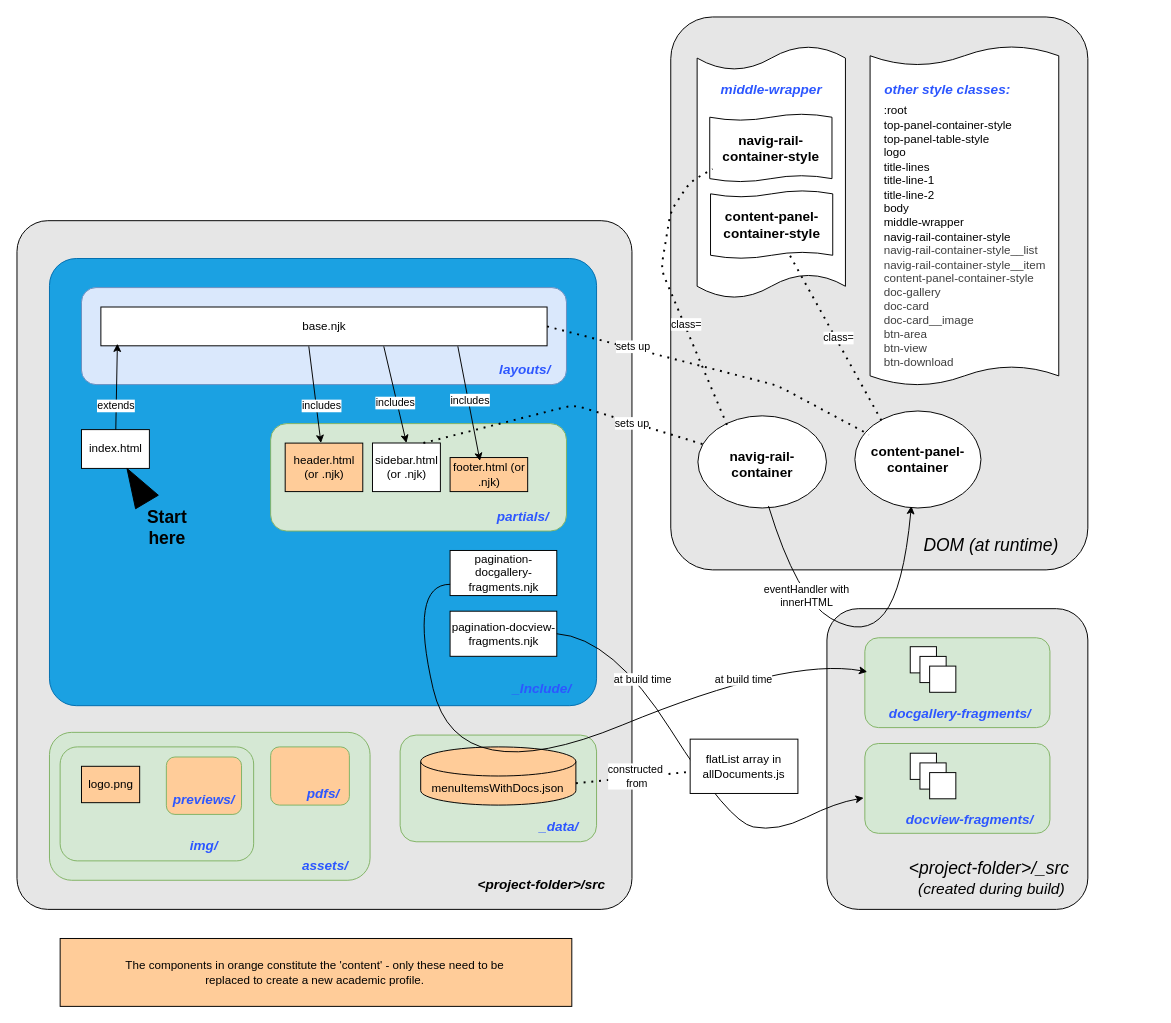
Before: src/nunjucks architecture.drawio in johnoos/fragment-gallery, a draw.io diagram. Source tidied: cells renumbered, new cells numbered last; positions are measured from the earlier drawing's top-left corner, leaving out a move shared by most shapes. Both pictures are drawn from the tidied source at 97%, with x=0, y=0 at pixel (16, 16).
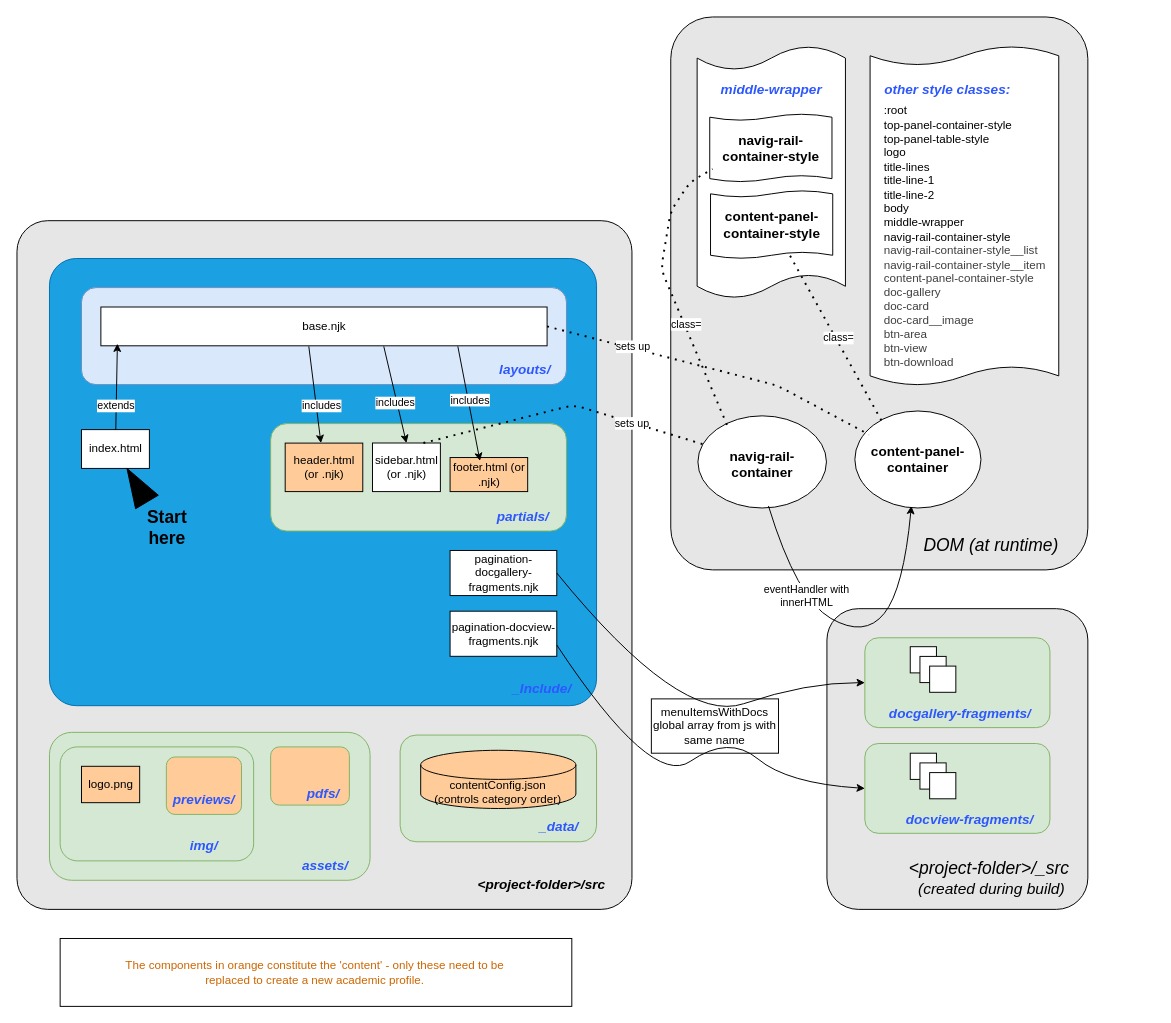
The same diagram, later.

Unchanged cells that the change refers to:
```xml
<mxCell id="12" style="rounded=1;whiteSpace=wrap;html=1;fillColor=#d5e8d4;strokeColor=#82b366;" parent="1" vertex="1">
  <mxGeometry x="874.1" y="749" width="190.8" height="92.6" as="geometry" />
</mxCell>
<mxCell id="13" style="rounded=1;whiteSpace=wrap;html=1;fillColor=#d5e8d4;strokeColor=#82b366;" parent="1" vertex="1">
  <mxGeometry x="874.1" y="640" width="190.8" height="92.6" as="geometry" />
</mxCell>
<mxCell id="35" value="pagination-docgallery-fragments.njk" style="rounded=0;whiteSpace=wrap;html=1;" parent="1" vertex="1">
  <mxGeometry x="446.5" y="550" width="110" height="46.5" as="geometry" />
</mxCell>
<mxCell id="40" value="pagination-docview-fragments.njk" style="rounded=0;whiteSpace=wrap;html=1;" parent="1" vertex="1">
  <mxGeometry x="446.5" y="612.6" width="110" height="46.5" as="geometry" />
</mxCell>
```

What changed in the source:
```diff
@@
-    <mxCell id="62" value="menuItemsWithDocs.json" style="shape=cylinder3;whiteSpace=wrap;html=1;boundedLbl=1;backgroundOutline=1;size=15;fillColor=#FFCC99;" parent="1" vertex="1">
-      <mxGeometry x="416.2" y="752.5" width="160" height="60" as="geometry" />
+    <mxCell id="62" value="contentConfig.json&lt;div&gt;(controls category order)&lt;/div&gt;" style="shape=cylinder3;whiteSpace=wrap;html=1;boundedLbl=1;backgroundOutline=1;size=15;fillColor=#FFCC99;" parent="1" vertex="1">
+      <mxGeometry x="416.2" y="756" width="160" height="60" as="geometry" />
     </mxCell>
@@
-    <mxCell id="64" style="curved=1;endArrow=classic;html=1;exitX=0;exitY=0.75;exitDx=0;exitDy=0;entryX=0.013;entryY=0.379;entryDx=0;entryDy=0;entryPerimeter=0;" parent="1" edge="1" source="35" target="13">
-      <mxGeometry relative="1" as="geometry">
-        <Array as="points">
-          <mxPoint x="404" y="585" />
-          <mxPoint x="454" y="800" />
-          <mxPoint x="794" y="660" />
-        </Array>
-      </mxGeometry>
-    </mxCell>
-    <mxCell id="65" value="at build time" style="edgeLabel;html=1;align=center;verticalAlign=middle;" parent="64" vertex="1">
-      <mxGeometry x="0.53" y="-4" relative="1" as="geometry">
-        <mxPoint x="31" y="-13" as="offset" />
-      </mxGeometry>
-    </mxCell>
-    <mxCell id="66" style="curved=1;endArrow=classic;html=1;entryX=-0.006;entryY=0.606;entryDx=0;entryDy=0;exitX=1;exitY=0.5;exitDx=0;exitDy=0;entryPerimeter=0;" parent="1" edge="1" source="40" target="12">
-      <mxGeometry relative="1" as="geometry">
-        <Array as="points">
-          <mxPoint x="614" y="640" />
-          <mxPoint x="734" y="830" />
-          <mxPoint x="784" y="840" />
-          <mxPoint x="844" y="810" />
-        </Array>
-      </mxGeometry>
-    </mxCell>
-    <mxCell id="67" value="at build time" style="edgeLabel;html=1;align=center;verticalAlign=middle;" parent="66" vertex="1">
-      <mxGeometry x="-0.57" y="-7" relative="1" as="geometry">
-        <mxPoint x="18" y="10" as="offset" />
-      </mxGeometry>
-    </mxCell>
@@
-    <mxCell id="73" style="endArrow=none;dashed=1;html=1;dashPattern=1 3;strokeWidth=2;exitX=1;exitY=0;exitDx=0;exitDy=37.49999999999999;exitPerimeter=0;" parent="1" edge="1" source="62" target="83">
-      <mxGeometry relative="1" as="geometry" />
-    </mxCell>
-    <mxCell id="74" value="constructed&amp;nbsp;&lt;div&gt;from&lt;/div&gt;" style="edgeLabel;html=1;align=center;verticalAlign=middle;" parent="73" vertex="1">
-      <mxGeometry x="-0.1" y="1" relative="1" as="geometry">
-        <mxPoint x="10" y="-1" as="offset" />
-      </mxGeometry>
-    </mxCell>
@@
-    <mxCell id="82" value="The components in orange constitute the 'content' - only these need to be&amp;nbsp;&lt;div&gt;replaced to create a new academic profile.&amp;nbsp;&lt;/div&gt;" style="rounded=0;whiteSpace=wrap;html=1;fillColor=#FFCC99;" parent="1" vertex="1">
+    <mxCell id="82" value="&lt;font color=&quot;#cc6600&quot;&gt;The components in orange constitute the 'content' - only these need to be&amp;nbsp;&lt;/font&gt;&lt;div&gt;&lt;font color=&quot;#cc6600&quot;&gt;replaced to create a new academic profile.&amp;nbsp;&lt;/font&gt;&lt;/div&gt;" style="rounded=0;whiteSpace=wrap;html=1;fillColor=#FFFFFF;" parent="1" vertex="1">
       <mxGeometry x="44.5" y="950" width="527.5" height="70" as="geometry" />
     </mxCell>
-    <mxCell id="83" value="flatList array in&lt;div&gt;allDocuments.js&lt;/div&gt;" style="rounded=0;whiteSpace=wrap;html=1;" parent="1" vertex="1">
-      <mxGeometry x="694" y="744.5" width="111.1" height="56" as="geometry" />
+    <mxCell id="83" value="menuItemsWithDocs global array from js with same name" style="rounded=0;whiteSpace=wrap;html=1;" parent="1" vertex="1">
+      <mxGeometry x="654" y="703" width="131.1" height="56" as="geometry" />
     </mxCell>
+    <mxCell id="64" style="curved=1;endArrow=classic;html=1;exitX=1;exitY=0.5;exitDx=0;exitDy=0;entryX=0;entryY=0.5;entryDx=0;entryDy=0;" parent="1" edge="1" source="35" target="13">
+      <mxGeometry relative="1" as="geometry">
+        <Array as="points">
+          <mxPoint x="684" y="730" />
+          <mxPoint x="814" y="686" />
+        </Array>
+      </mxGeometry>
+    </mxCell>
+    <mxCell id="66" style="curved=1;endArrow=classic;html=1;exitX=1;exitY=0.75;exitDx=0;exitDy=0;entryX=0;entryY=0.5;entryDx=0;entryDy=0;" parent="1" edge="1" source="40" target="12">
+      <mxGeometry relative="1" as="geometry">
+        <Array as="points">
+          <mxPoint x="654" y="795" />
+          <mxPoint x="734" y="740" />
+          <mxPoint x="794" y="790" />
+        </Array>
+      </mxGeometry>
+    </mxCell>
```
